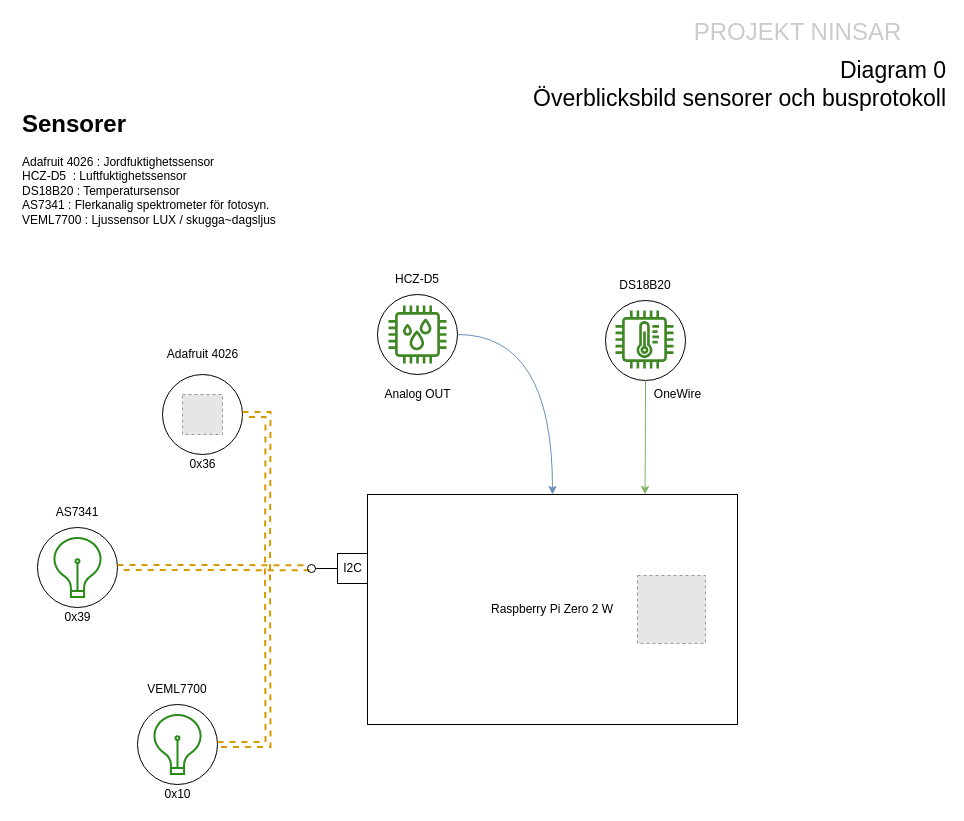
This is schematics/hegemone-sensors-diagram-0.drawio from Redpill-Linpro/hegemone, a draw.io file, before an edit. Source tidied: cells renumbered, new cells numbered last; positions are measured from the earlier drawing's top-left corner, leaving out a move shared by most shapes. Both pictures are drawn from the tidied source at 100%, with x=0, y=0 at pixel (17, 17). Pictures stored in the file or linked from it are replaced by grey dashed boxes.
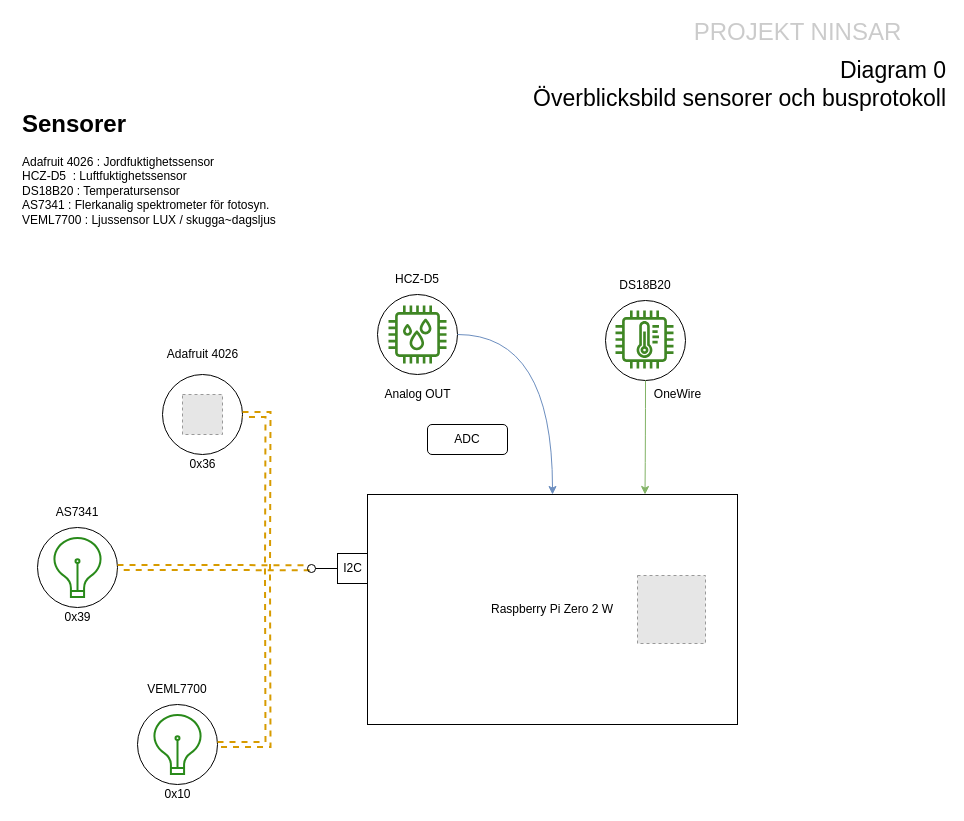
After the change.

The edit, as a diff of the source:
```diff
@@
+    <mxCell id="47" value="ADC" style="rounded=1;whiteSpace=wrap;html=1;" parent="1" vertex="1">
+      <mxGeometry x="410" y="407" width="80" height="30" as="geometry" />
+    </mxCell>
```
